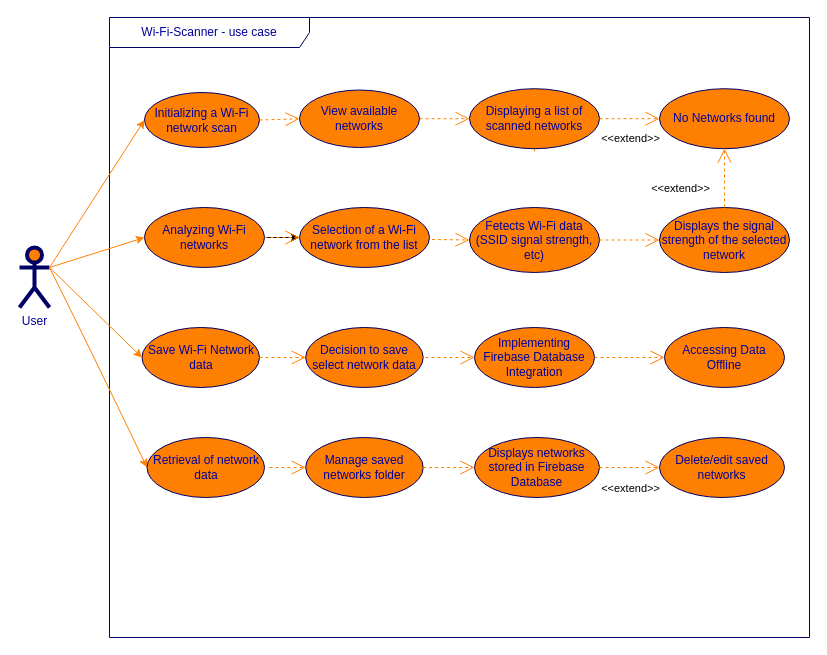
The draw.io diagram Use_Case.drawio in catoja1107/WifiScan, before the edit. Source tidied: cells renumbered, new cells numbered last; positions are measured from the earlier drawing's top-left corner, leaving out a move shared by most shapes. Both pictures are drawn from the tidied source at 100%, with x=0, y=0 at pixel (19, 17).
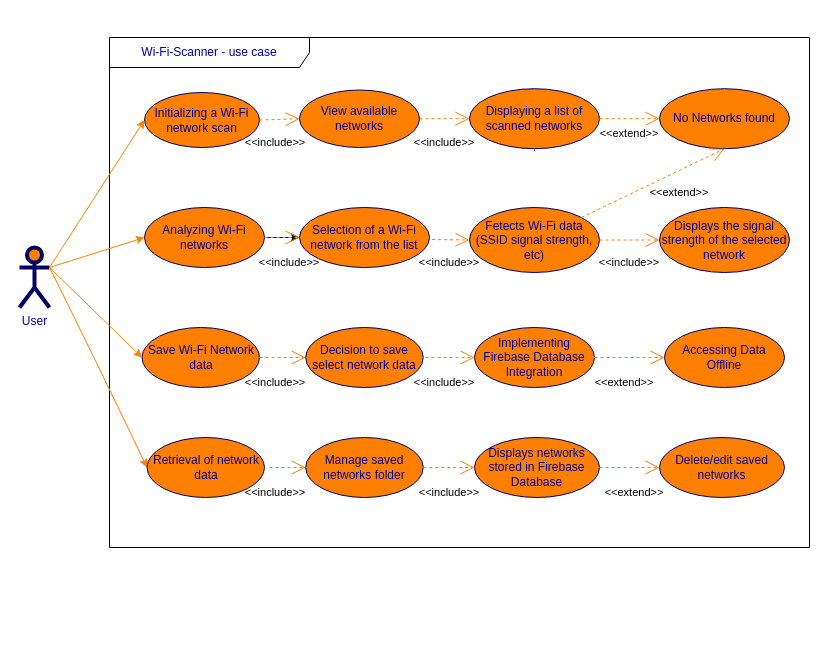
The same diagram, later.

Unchanged cells that the change refers to:
```xml
<mxCell id="4" value="Save Wi-Fi Network data" style="ellipse;whiteSpace=wrap;html=1;fillColor=#FF8000;strokeColor=#000066;fontColor=#000099;" parent="1" vertex="1">
  <mxGeometry x="122.5" y="310" width="117.5" height="60" as="geometry" />
</mxCell>
<mxCell id="5" value="Implementing Firebase Database Integration" style="ellipse;whiteSpace=wrap;html=1;fillColor=#FF8000;strokeColor=#000066;fontColor=#000099;" parent="1" vertex="1">
  <mxGeometry x="455" y="310" width="120" height="60" as="geometry" />
</mxCell>
<mxCell id="7" value="Analyzing Wi-Fi networks" style="ellipse;whiteSpace=wrap;html=1;fillColor=#FF8000;strokeColor=#000066;fontColor=#000099;" parent="1" vertex="1">
  <mxGeometry x="125" y="190" width="120" height="60" as="geometry" />
</mxCell>
<mxCell id="15" value="Displaying a list of scanned networks" style="ellipse;whiteSpace=wrap;html=1;fillColor=#FF8000;strokeColor=#000066;fontColor=#000099;" parent="1" vertex="1">
  <mxGeometry x="450" y="71.2" width="130" height="60" as="geometry" />
</mxCell>
<mxCell id="18" value="View available networks" style="ellipse;whiteSpace=wrap;html=1;fillColor=#FF8000;strokeColor=#000066;fontColor=#000099;" parent="1" vertex="1">
  <mxGeometry x="280" y="72.5" width="120" height="57.5" as="geometry" />
</mxCell>
<mxCell id="19" value="No Networks found" style="ellipse;whiteSpace=wrap;html=1;fillColor=#FF8000;strokeColor=#000066;fontColor=#000099;" parent="1" vertex="1">
  <mxGeometry x="640" y="71.2" width="130" height="60" as="geometry" />
</mxCell>
<mxCell id="20" value="&lt;br&gt;" style="endArrow=open;endSize=12;dashed=1;html=1;fontColor=#000099;strokeColor=#FF8000;entryX=0;entryY=0.5;entryDx=0;entryDy=0;exitX=1;exitY=0.5;exitDx=0;exitDy=0;" parent="1" edge="1" source="15" target="19">
  <mxGeometry x="-0.19" y="17" relative="1" as="geometry" />
</mxCell>
<mxCell id="24" value="Selection of a Wi-Fi network from the list" style="ellipse;whiteSpace=wrap;html=1;fillColor=#FF8000;strokeColor=#000066;fontColor=#000099;" parent="1" vertex="1">
  <mxGeometry x="280" y="190" width="130" height="60" as="geometry" />
</mxCell>
<mxCell id="26" value="Fetects Wi-Fi data&lt;br style=&quot;border-color: var(--border-color);&quot;&gt;(SSID signal strength, etc)" style="ellipse;whiteSpace=wrap;html=1;fillColor=#FF8000;strokeColor=#000066;fontColor=#000099;" parent="1" vertex="1">
  <mxGeometry x="450" y="190" width="130" height="65" as="geometry" />
</mxCell>
<mxCell id="28" value="Displays the signal strength of the selected network" style="ellipse;whiteSpace=wrap;html=1;fillColor=#FF8000;strokeColor=#000066;fontColor=#000099;" parent="1" vertex="1">
  <mxGeometry x="640" y="190" width="130" height="65" as="geometry" />
</mxCell>
<mxCell id="36" value="Manage saved networks folder" style="ellipse;whiteSpace=wrap;html=1;fillColor=#FF8000;strokeColor=#000066;fontColor=#000099;" parent="1" vertex="1">
  <mxGeometry x="286.2" y="420" width="117.5" height="60" as="geometry" />
</mxCell>
```

Diff of the diagram source:
```diff
@@
-    <mxCell id="2" value="Wi-Fi-Scanner - use case" style="shape=umlFrame;whiteSpace=wrap;html=1;strokeWidth=1;fillColor=none;width=200;height=30;fontColor=#000099;strokeColor=#000066;" parent="1" vertex="1">
-      <mxGeometry x="90" width="700" height="620" as="geometry" />
+    <mxCell id="2" value="Wi-Fi-Scanner - use case" style="shape=umlFrame;whiteSpace=wrap;html=1;strokeWidth=1;fillColor=none;width=200;height=30;fontColor=#000099;strokeColor=default;" parent="1" vertex="1">
+      <mxGeometry x="90" y="20" width="700" height="510" as="geometry" />
     </mxCell>
@@
-    <mxCell id="6" style="edgeStyle=orthogonalEdgeStyle;rounded=0;jettySize=auto;html=1;" parent="1" edge="1" source="7" target="24">
-      <mxGeometry relative="1" as="geometry" />
-    </mxCell>
+    <mxCell id="43" style="edgeStyle=orthogonalEdgeStyle;rounded=0;jettySize=auto;html=1;" parent="1" edge="1" source="7" target="24">
+      <mxGeometry relative="1" as="geometry" />
+    </mxCell>
@@
-    <mxCell id="9" style="edgeStyle=none;curved=1;html=1;entryX=0;entryY=0.5;jettySize=auto;strokeColor=#FF8000;fontColor=#000099;" parent="1" edge="1" target="4">
-      <mxGeometry relative="1" as="geometry">
-        <mxPoint x="30" y="250" as="sourcePoint" />
-      </mxGeometry>
-    </mxCell>
+    <mxCell id="44" style="edgeStyle=none;curved=1;html=1;entryX=0;entryY=0.5;jettySize=auto;strokeColor=#FF8000;fontColor=#000099;" parent="1" edge="1" target="4">
+      <mxGeometry relative="1" as="geometry">
+        <mxPoint x="30" y="250" as="sourcePoint" />
+      </mxGeometry>
+    </mxCell>
@@
-    <mxCell id="11" style="endArrow=open;endSize=12;dashed=1;html=1;entryX=0;entryY=0.5;fontColor=#000099;strokeColor=#FF8000;exitX=1;exitY=0.5;exitDx=0;exitDy=0;" parent="1" edge="1" source="18">
-      <mxGeometry x="0.07" y="20" relative="1" as="geometry">
-        <mxPoint x="340" y="101.2" as="targetPoint" />
-      </mxGeometry>
-    </mxCell>
+    <mxCell id="45" style="endArrow=open;endSize=12;dashed=1;html=1;entryX=0;entryY=0.5;fontColor=#000099;strokeColor=#FF8000;exitX=1;exitY=0.5;exitDx=0;exitDy=0;" parent="1" edge="1" source="18">
+      <mxGeometry x="0.07" y="20" relative="1" as="geometry">
+        <mxPoint x="340" y="101.2" as="targetPoint" />
+      </mxGeometry>
+    </mxCell>
@@
-    <mxCell id="13" value="&lt;br&gt;" style="endArrow=open;endSize=12;dashed=1;html=1;fontColor=#000099;strokeColor=#FF8000;entryX=0;entryY=0.5;entryDx=0;entryDy=0;exitX=1;exitY=0.5;exitDx=0;exitDy=0;" parent="1" edge="1" source="18">
-      <mxGeometry x="-0.19" y="17" relative="1" as="geometry">
-        <mxPoint x="450" y="101.2" as="targetPoint" />
-      </mxGeometry>
-    </mxCell>
-    <mxCell id="14" style="endArrow=open;endSize=12;dashed=1;html=1;exitX=0.5;exitY=1;entryX=0.5;entryY=0;fontColor=#000099;strokeColor=#FF8000;entryDx=0;entryDy=0;exitDx=0;exitDy=0;" parent="1" edge="1" target="15">
-      <mxGeometry x="-0.05" y="-45" relative="1" as="geometry">
-        <mxPoint x="515" y="133.8" as="sourcePoint" />
-      </mxGeometry>
-    </mxCell>
+    <mxCell id="46" value="&lt;br&gt;" style="endArrow=open;endSize=12;dashed=1;html=1;fontColor=#000099;strokeColor=#FF8000;entryX=0;entryY=0.5;entryDx=0;entryDy=0;exitX=1;exitY=0.5;exitDx=0;exitDy=0;" parent="1" edge="1" source="18">
+      <mxGeometry x="-0.19" y="17" relative="1" as="geometry">
+        <mxPoint x="450" y="101.2" as="targetPoint" />
+      </mxGeometry>
+    </mxCell>
+    <mxCell id="47" style="endArrow=open;endSize=12;dashed=1;html=1;exitX=0.5;exitY=1;entryX=0.5;entryY=0;fontColor=#000099;strokeColor=#FF8000;entryDx=0;entryDy=0;exitDx=0;exitDy=0;" parent="1" edge="1" target="15">
+      <mxGeometry x="-0.05" y="-45" relative="1" as="geometry">
+        <mxPoint x="515" y="133.8" as="sourcePoint" />
+      </mxGeometry>
+    </mxCell>
@@
-    <mxCell id="21" value="&amp;lt;&amp;lt;extend&amp;gt;&amp;gt;&lt;br&gt;" style="edgeLabel;html=1;align=center;verticalAlign=middle;" parent="20" vertex="1">
-      <mxGeometry x="-0.28" y="1" relative="1" as="geometry">
-        <mxPoint x="8" y="20" as="offset" />
-      </mxGeometry>
-    </mxCell>
@@
-    <mxCell id="25" style="endArrow=open;endSize=12;dashed=1;html=1;fontColor=#000099;strokeColor=#FF8000;exitX=1;exitY=0.5;exitDx=0;exitDy=0;entryX=0;entryY=0.5;entryDx=0;entryDy=0;" parent="1" edge="1" source="7" target="24">
-      <mxGeometry x="0.07" y="20" relative="1" as="geometry" />
-    </mxCell>
+    <mxCell id="48" style="endArrow=open;endSize=12;dashed=1;html=1;fontColor=#000099;strokeColor=#FF8000;exitX=1;exitY=0.5;exitDx=0;exitDy=0;entryX=0;entryY=0.5;entryDx=0;entryDy=0;" parent="1" edge="1" source="7" target="24">
+      <mxGeometry x="0.07" y="20" relative="1" as="geometry" />
+    </mxCell>
@@
-    <mxCell id="27" style="endArrow=open;endSize=12;dashed=1;html=1;fontColor=#000099;strokeColor=#FF8000;exitX=1;exitY=0.5;exitDx=0;exitDy=0;entryX=0;entryY=0.5;entryDx=0;entryDy=0;" parent="1" edge="1" target="26">
-      <mxGeometry x="0.07" y="20" relative="1" as="geometry">
-        <mxPoint x="412.5" y="222" as="sourcePoint" />
-      </mxGeometry>
-    </mxCell>
+    <mxCell id="49" style="endArrow=open;endSize=12;dashed=1;html=1;fontColor=#000099;strokeColor=#FF8000;exitX=1;exitY=0.5;exitDx=0;exitDy=0;entryX=0;entryY=0.5;entryDx=0;entryDy=0;" parent="1" edge="1" target="26">
+      <mxGeometry x="0.07" y="20" relative="1" as="geometry">
+        <mxPoint x="412.5" y="222" as="sourcePoint" />
+      </mxGeometry>
+    </mxCell>
@@
-    <mxCell id="30" value="&lt;br&gt;" style="endArrow=open;endSize=12;dashed=1;html=1;fontColor=#000099;strokeColor=#FF8000;entryX=0.5;entryY=1;entryDx=0;entryDy=0;" parent="1" edge="1" source="28" target="19">
-      <mxGeometry x="-0.19" y="17" relative="1" as="geometry" />
-    </mxCell>
-    <mxCell id="31" value="&amp;lt;&amp;lt;extend&amp;gt;&amp;gt;&lt;br&gt;" style="edgeLabel;html=1;align=center;verticalAlign=middle;" parent="30" vertex="1">
-      <mxGeometry x="-0.28" y="1" relative="1" as="geometry">
-        <mxPoint x="-44" y="1" as="offset" />
-      </mxGeometry>
-    </mxCell>
+    <mxCell id="50" value="&lt;br&gt;" style="endArrow=open;endSize=12;dashed=1;html=1;fontColor=#000099;strokeColor=#FF8000;entryX=0.5;entryY=1;entryDx=0;entryDy=0;" parent="1" edge="1" source="26" target="19">
+      <mxGeometry x="-0.19" y="17" relative="1" as="geometry" />
+    </mxCell>
@@
-    <mxCell id="33" style="endArrow=open;endSize=12;dashed=1;html=1;entryX=0;entryY=0.5;fontColor=#000099;strokeColor=#FF8000;entryDx=0;entryDy=0;" parent="1" edge="1" target="5">
-      <mxGeometry x="-0.19" y="15" relative="1" as="geometry">
-        <mxPoint x="400" y="340" as="sourcePoint" />
-        <mxPoint y="1" as="offset" />
-      </mxGeometry>
-    </mxCell>
+    <mxCell id="51" style="endArrow=open;endSize=12;dashed=1;html=1;entryX=0;entryY=0.5;fontColor=#000099;strokeColor=#FF8000;entryDx=0;entryDy=0;" parent="1" edge="1" target="5">
+      <mxGeometry x="-0.19" y="15" relative="1" as="geometry">
+        <mxPoint x="400" y="340" as="sourcePoint" />
+        <mxPoint y="1" as="offset" />
+      </mxGeometry>
+    </mxCell>
@@
-    <mxCell id="37" style="endArrow=open;endSize=12;dashed=1;html=1;fontColor=#000099;strokeColor=#FF8000;entryX=0;entryY=0.5;entryDx=0;entryDy=0;" parent="1" edge="1" target="36">
-      <mxGeometry x="-0.19" y="15" relative="1" as="geometry">
-        <mxPoint x="250" y="450" as="sourcePoint" />
-        <mxPoint y="1" as="offset" />
-      </mxGeometry>
-    </mxCell>
+    <mxCell id="52" style="endArrow=open;endSize=12;dashed=1;html=1;fontColor=#000099;strokeColor=#FF8000;entryX=0;entryY=0.5;entryDx=0;entryDy=0;" parent="1" edge="1" target="36">
+      <mxGeometry x="-0.19" y="15" relative="1" as="geometry">
+        <mxPoint x="250" y="450" as="sourcePoint" />
+        <mxPoint y="1" as="offset" />
+      </mxGeometry>
+    </mxCell>
@@
-    <mxCell id="41" value="&lt;br&gt;" style="endArrow=open;endSize=12;dashed=1;html=1;fontColor=#000099;strokeColor=#FF8000;" parent="1" edge="1">
-      <mxGeometry x="-0.19" y="17" relative="1" as="geometry">
-        <mxPoint x="580" y="450" as="sourcePoint" />
-        <mxPoint x="640" y="450" as="targetPoint" />
-      </mxGeometry>
-    </mxCell>
-    <mxCell id="42" value="&amp;lt;&amp;lt;extend&amp;gt;&amp;gt;&lt;br&gt;" style="edgeLabel;html=1;align=center;verticalAlign=middle;" parent="1" vertex="1">
-      <mxGeometry x="610" y="470" as="geometry" />
-    </mxCell>
+    <mxCell id="53" value="&lt;br&gt;" style="endArrow=open;endSize=12;dashed=1;html=1;fontColor=#000099;strokeColor=#FF8000;" parent="1" edge="1">
+      <mxGeometry x="-0.19" y="17" relative="1" as="geometry">
+        <mxPoint x="580" y="450" as="sourcePoint" />
+        <mxPoint x="640" y="450" as="targetPoint" />
+      </mxGeometry>
+    </mxCell>
+    <mxCell id="54" value="&lt;font style=&quot;font-size: 11px;&quot;&gt;&amp;lt;&amp;lt;extend&amp;gt;&amp;gt;&lt;/font&gt;" style="text;strokeColor=none;align=center;fillColor=none;html=1;verticalAlign=middle;whiteSpace=wrap;rounded=0;fontColor=#050505;" parent="1" vertex="1">
+      <mxGeometry x="580" y="101.2" width="60" height="30" as="geometry" />
+    </mxCell>
+    <mxCell id="55" value="&lt;font style=&quot;font-size: 11px;&quot;&gt;&amp;lt;&amp;lt;extend&amp;gt;&amp;gt;&lt;/font&gt;" style="text;strokeColor=none;align=center;fillColor=none;html=1;verticalAlign=middle;whiteSpace=wrap;rounded=0;fontColor=default;" parent="1" vertex="1">
+      <mxGeometry x="630" y="160" width="60" height="30" as="geometry" />
+    </mxCell>
+    <mxCell id="56" value="&lt;font style=&quot;font-size: 11px;&quot;&gt;&amp;lt;&amp;lt;extend&amp;gt;&amp;gt;&lt;/font&gt;" style="text;strokeColor=none;align=center;fillColor=none;html=1;verticalAlign=middle;whiteSpace=wrap;rounded=0;fontColor=default;" parent="1" vertex="1">
+      <mxGeometry x="585" y="460" width="60" height="30" as="geometry" />
+    </mxCell>
+    <mxCell id="57" value="&lt;font style=&quot;font-size: 11px;&quot;&gt;&amp;lt;&amp;lt;include&amp;gt;&amp;gt;&lt;/font&gt;" style="text;strokeColor=none;align=center;fillColor=none;html=1;verticalAlign=middle;whiteSpace=wrap;rounded=0;fontColor=default;" parent="1" vertex="1">
+      <mxGeometry x="395" y="110" width="60" height="30" as="geometry" />
+    </mxCell>
+    <mxCell id="58" value="&lt;font style=&quot;font-size: 11px;&quot;&gt;&amp;lt;&amp;lt;include&amp;gt;&amp;gt;&lt;/font&gt;" style="text;strokeColor=none;align=center;fillColor=none;html=1;verticalAlign=middle;whiteSpace=wrap;rounded=0;fontColor=default;" parent="1" vertex="1">
+      <mxGeometry x="226.2" y="110" width="60" height="30" as="geometry" />
+    </mxCell>
+    <mxCell id="59" value="&lt;font style=&quot;font-size: 11px;&quot;&gt;&amp;lt;&amp;lt;include&amp;gt;&amp;gt;&lt;/font&gt;" style="text;strokeColor=none;align=center;fillColor=none;html=1;verticalAlign=middle;whiteSpace=wrap;rounded=0;fontColor=default;" parent="1" vertex="1">
+      <mxGeometry x="240" y="230" width="60" height="30" as="geometry" />
+    </mxCell>
+    <mxCell id="60" value="&lt;font style=&quot;font-size: 11px;&quot;&gt;&amp;lt;&amp;lt;include&amp;gt;&amp;gt;&lt;/font&gt;" style="text;strokeColor=none;align=center;fillColor=none;html=1;verticalAlign=middle;whiteSpace=wrap;rounded=0;fontColor=default;" parent="1" vertex="1">
+      <mxGeometry x="400" y="230" width="60" height="30" as="geometry" />
+    </mxCell>
+    <mxCell id="61" value="&lt;font style=&quot;font-size: 11px;&quot;&gt;&amp;lt;&amp;lt;include&amp;gt;&amp;gt;&lt;/font&gt;" style="text;strokeColor=none;align=center;fillColor=none;html=1;verticalAlign=middle;whiteSpace=wrap;rounded=0;fontColor=default;" parent="1" vertex="1">
+      <mxGeometry x="580" y="230" width="60" height="30" as="geometry" />
+    </mxCell>
+    <mxCell id="62" value="&lt;font style=&quot;font-size: 11px;&quot;&gt;&amp;lt;&amp;lt;include&amp;gt;&amp;gt;&lt;/font&gt;" style="text;strokeColor=none;align=center;fillColor=none;html=1;verticalAlign=middle;whiteSpace=wrap;rounded=0;fontColor=default;" parent="1" vertex="1">
+      <mxGeometry x="226.2" y="350" width="60" height="30" as="geometry" />
+    </mxCell>
+    <mxCell id="63" value="&lt;font style=&quot;font-size: 11px;&quot;&gt;&amp;lt;&amp;lt;include&amp;gt;&amp;gt;&lt;/font&gt;" style="text;strokeColor=none;align=center;fillColor=none;html=1;verticalAlign=middle;whiteSpace=wrap;rounded=0;fontColor=default;" parent="1" vertex="1">
+      <mxGeometry x="395" y="350" width="60" height="30" as="geometry" />
+    </mxCell>
+    <mxCell id="64" value="&lt;font style=&quot;font-size: 11px;&quot;&gt;&amp;lt;&amp;lt;extend&amp;gt;&amp;gt;&lt;/font&gt;" style="text;strokeColor=none;align=center;fillColor=none;html=1;verticalAlign=middle;whiteSpace=wrap;rounded=0;fontColor=default;" parent="1" vertex="1">
+      <mxGeometry x="575" y="350" width="60" height="30" as="geometry" />
+    </mxCell>
+    <mxCell id="65" value="&lt;font style=&quot;font-size: 11px;&quot;&gt;&amp;lt;&amp;lt;include&amp;gt;&amp;gt;&lt;/font&gt;" style="text;strokeColor=none;align=center;fillColor=none;html=1;verticalAlign=middle;whiteSpace=wrap;rounded=0;fontColor=default;" parent="1" vertex="1">
+      <mxGeometry x="226.2" y="460" width="60" height="30" as="geometry" />
+    </mxCell>
+    <mxCell id="66" value="&lt;font style=&quot;font-size: 11px;&quot;&gt;&amp;lt;&amp;lt;include&amp;gt;&amp;gt;&lt;/font&gt;" style="text;strokeColor=none;align=center;fillColor=none;html=1;verticalAlign=middle;whiteSpace=wrap;rounded=0;fontColor=default;" parent="1" vertex="1">
+      <mxGeometry x="400" y="460" width="60" height="30" as="geometry" />
+    </mxCell>
```
